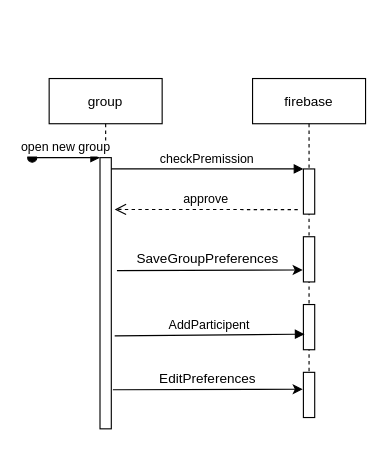
This is documents/sequence diagram.drawio from nadavsuissa/WeStudent, a draw.io file, before an edit. Source tidied: cells renumbered, new cells numbered last; positions are measured from the earlier drawing's top-left corner, leaving out a move shared by most shapes. Both pictures are drawn from the tidied source at 113%, with x=0, y=0 at pixel (32, 78).
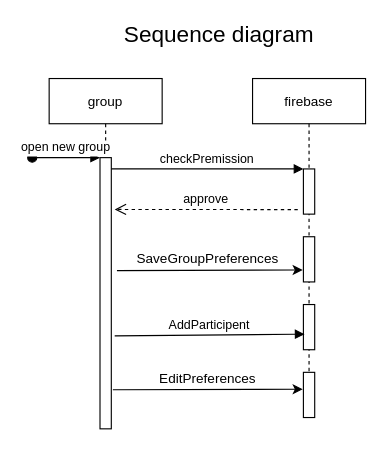
After the change.

Diff of the diagram source:
```diff
@@
 <mxGraphModel>
   <root>
     <mxCell id="0" />
     <mxCell id="1" parent="0" />
     <mxCell id="2" value="group" style="shape=umlLifeline;perimeter=lifelinePerimeter;rounded=0;shadow=0;strokeWidth=1;" parent="1" vertex="1">
       <mxGeometry x="15" width="100" height="310" as="geometry" />
     </mxCell>
     <mxCell id="3" style="points=[];perimeter=orthogonalPerimeter;rounded=0;shadow=0;strokeWidth=1;" parent="2" vertex="1">
       <mxGeometry x="45" y="70" width="10" height="240" as="geometry" />
     </mxCell>
     <mxCell id="4" value="open new group" style="verticalAlign=bottom;startArrow=oval;endArrow=block;startSize=8;shadow=0;strokeWidth=1;" parent="2" edge="1" target="3">
       <mxGeometry relative="1" as="geometry">
         <mxPoint x="-15" y="70" as="sourcePoint" />
       </mxGeometry>
     </mxCell>
     <mxCell id="5" style="endArrow=classic;html=1;rounded=0;entryX=-0.06;entryY=0.735;entryDx=0;entryDy=0;entryPerimeter=0;" parent="2" edge="1" target="8">
       <mxGeometry relative="1" as="geometry">
         <mxPoint x="60" y="170" as="sourcePoint" />
       </mxGeometry>
     </mxCell>
     <mxCell id="6" value="firebase" style="shape=umlLifeline;perimeter=lifelinePerimeter;rounded=0;shadow=0;strokeWidth=1;" parent="1" vertex="1">
       <mxGeometry x="195" width="100" height="300" as="geometry" />
     </mxCell>
     <mxCell id="7" style="points=[];perimeter=orthogonalPerimeter;rounded=0;shadow=0;strokeWidth=1;" parent="6" vertex="1">
       <mxGeometry x="45" y="80" width="10" height="40" as="geometry" />
     </mxCell>
     <mxCell id="8" style="points=[];perimeter=orthogonalPerimeter;rounded=0;shadow=0;strokeWidth=1;" parent="6" vertex="1">
       <mxGeometry x="45" y="140" width="10" height="40" as="geometry" />
     </mxCell>
     <mxCell id="9" style="points=[];perimeter=orthogonalPerimeter;rounded=0;shadow=0;strokeWidth=1;" parent="6" vertex="1">
       <mxGeometry x="45" y="200" width="10" height="40" as="geometry" />
     </mxCell>
     <mxCell id="10" style="points=[];perimeter=orthogonalPerimeter;rounded=0;shadow=0;strokeWidth=1;" parent="6" vertex="1">
       <mxGeometry x="45" y="260" width="10" height="40" as="geometry" />
     </mxCell>
     <mxCell id="11" value="approve" style="verticalAlign=bottom;endArrow=open;dashed=1;endSize=8;shadow=0;strokeWidth=1;entryX=1.3;entryY=0.191;entryDx=0;entryDy=0;entryPerimeter=0;" parent="1" edge="1" target="3">
       <mxGeometry relative="1" as="geometry">
         <mxPoint x="235" y="116" as="sourcePoint" />
       </mxGeometry>
     </mxCell>
     <mxCell id="12" value="checkPremission" style="verticalAlign=bottom;endArrow=block;entryX=0;entryY=0;shadow=0;strokeWidth=1;" parent="1" edge="1" source="3" target="7">
       <mxGeometry relative="1" as="geometry" />
     </mxCell>
     <mxCell id="13" value="AddParticipent" style="verticalAlign=bottom;endArrow=block;shadow=0;strokeWidth=1;exitX=1.3;exitY=0.657;exitDx=0;exitDy=0;exitPerimeter=0;entryX=0.1;entryY=0.655;entryDx=0;entryDy=0;entryPerimeter=0;" parent="1" edge="1" source="3" target="9">
       <mxGeometry relative="1" as="geometry" />
     </mxCell>
     <mxCell id="14" value="SaveGroupPreferences" style="text;html=1;align=center;verticalAlign=middle;strokeColor=none;fillColor=none;" parent="1" vertex="1">
       <mxGeometry x="85" y="150" width="140" height="20" as="geometry" />
     </mxCell>
     <mxCell id="15" style="endArrow=classic;html=1;rounded=0;exitX=1.14;exitY=0.856;exitDx=0;exitDy=0;exitPerimeter=0;entryX=-0.06;entryY=0.375;entryDx=0;entryDy=0;entryPerimeter=0;" parent="1" edge="1" source="3" target="10">
       <mxGeometry relative="1" as="geometry" />
     </mxCell>
     <mxCell id="16" value="EditPreferences" style="text;html=1;align=center;verticalAlign=middle;strokeColor=none;fillColor=none;" parent="1" vertex="1">
       <mxGeometry x="105" y="256" width="100" height="20" as="geometry" />
     </mxCell>
+    <mxCell id="17" value="&lt;font style=&quot;font-size: 20px&quot;&gt;Sequence diagram&lt;/font&gt;" style="text;html=1;align=center;verticalAlign=middle;strokeColor=none;" parent="1" vertex="1">
+      <mxGeometry x="75" y="-50" width="180" height="20" as="geometry" />
+    </mxCell>
   </root>
 </mxGraphModel>
```
